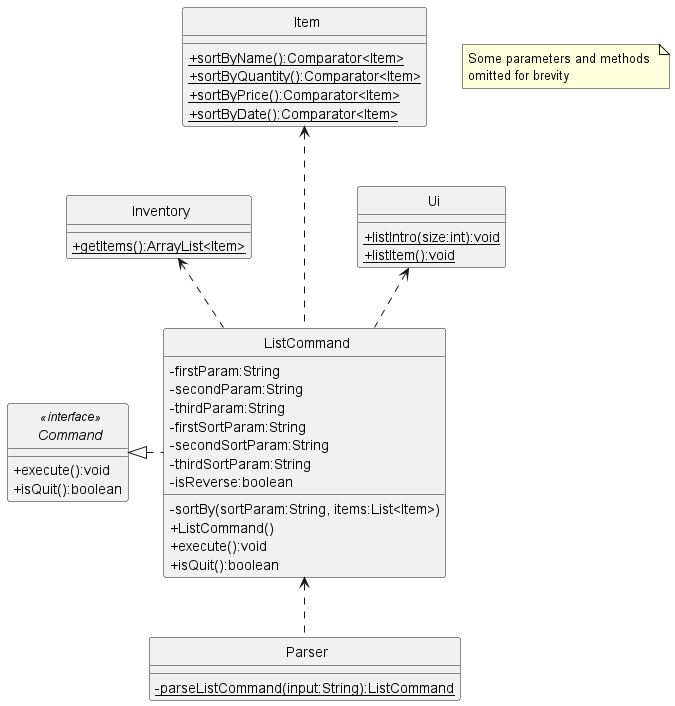
The PlantUML diagram docs/uml-diagrams/ListCommandClass.png in rismm/tp, before a commit. Source of this version:
```plantuml
@startuml
skinparam classAttributeIconSize 0
skinparam CircledCharacterFontSize 0
skinparam CircledCharacterRadius 0

abstract class Command
class Inventory
class Item
class ListCommand
class Parser
class Ui

Command <|. ListCommand
Item <... ListCommand
Ui <.. ListCommand
Inventory <.. ListCommand
ListCommand <.. Parser

interface Command <<interface>> {
    +execute():void
    +isQuit():boolean
}

class ListCommand {
    -firstParam:String
    -secondParam:String
    -thirdParam:String
    -firstSortParam:String
    -secondSortParam:String
    -thirdSortParam:String
    -isReverse:boolean
    -sortBy(sortParam:String, items:List<Item>)
    +ListCommand()
    +execute():void
    +isQuit():boolean
}

class Item {
    {static}+sortByName():Comparator<Item>
    {static}+sortByQuantity():Comparator<Item>
    {static}+sortByPrice():Comparator<Item>
    {static}+sortByDate():Comparator<Item>
}

class Inventory {
    {static}+getItems():ArrayList<Item>
}

class Ui {
    {static}+listIntro(size:int):void
    {static}+listItem():void
}

class Parser {
    {static}-parseListCommand(input:String):ListCommand
}

note "Some parameters and methods \nomitted for brevity" as n1

@enduml
```
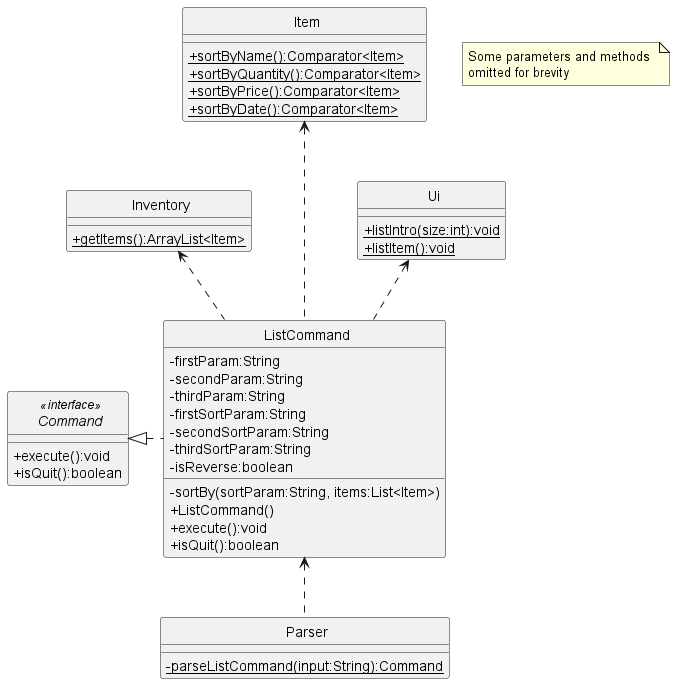
Above is the later version.

What changed in the source:
```diff
@@ -52,7 +52,7 @@
 }
 
 class Parser {
-    {static}-parseListCommand(input:String):ListCommand
+    {static}-parseListCommand(input:String):Command
 }
 
 note "Some parameters and methods \nomitted for brevity" as n1
```
